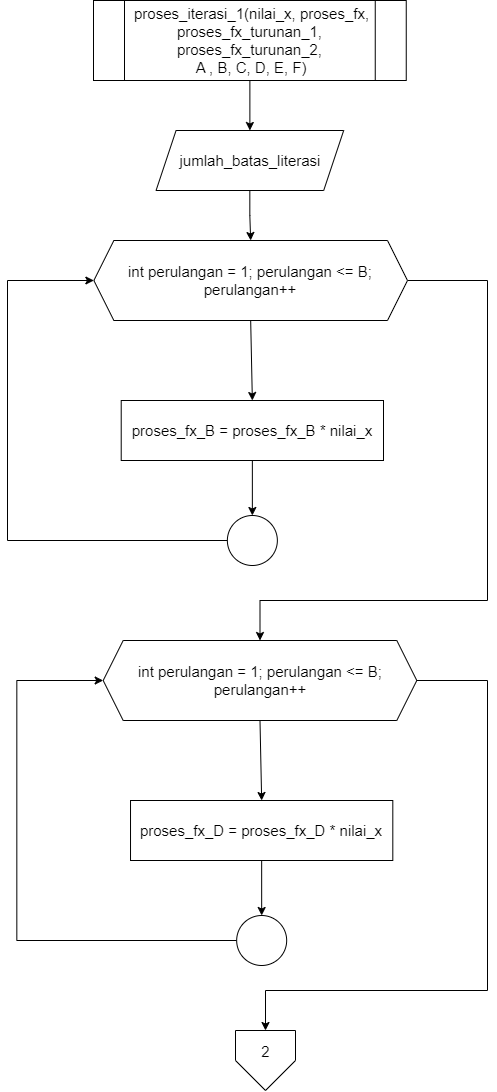
The draw.io diagram Page/page 5.png in indyadirak/algoritma-newton-raptor, before a commit. Source tidied: cells renumbered, new cells last; positions are measured from the earlier drawing's top-left corner, leaving out a move shared by most shapes.
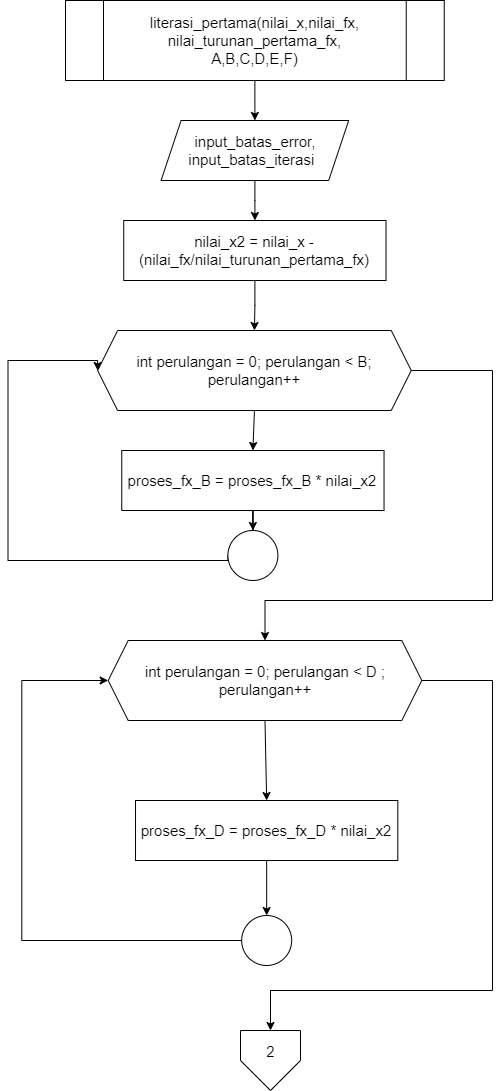
Above is the later version.

What changed in the source:
```diff
@@ -5,26 +5,26 @@
     <mxCell id="2" style="edgeStyle=orthogonalEdgeStyle;rounded=0;jettySize=auto;html=1;" parent="1" edge="1" source="3" target="5">
       <mxGeometry relative="1" as="geometry" />
     </mxCell>
-    <mxCell id="3" value="&lt;span style=&quot;font-size: 15px;&quot;&gt;&amp;nbsp;proses_iterasi_1(nilai_x, proses_fx, proses_fx_turunan_1, &lt;br&gt;proses_fx_turunan_2,&lt;br&gt;&amp;nbsp;A , B, C, D, E, F)&lt;/span&gt;" style="shape=process;whiteSpace=wrap;html=1;backgroundOutline=1;fontSize=15;" parent="1" vertex="1">
-      <mxGeometry x="86" width="312.8" height="80" as="geometry" />
+    <mxCell id="3" value="&lt;div&gt;literasi_pertama(nilai_x,nilai_fx,&lt;br style=&quot;border-color: var(--border-color);&quot;&gt;nilai_turunan_pertama_fx,&lt;br style=&quot;border-color: var(--border-color);&quot;&gt;A,B,C,D,E,F)&lt;br&gt;&lt;/div&gt;" style="shape=process;whiteSpace=wrap;html=1;backgroundOutline=1;fontSize=15;" parent="1" vertex="1">
+      <mxGeometry x="53" width="378.8" height="80" as="geometry" />
     </mxCell>
-    <mxCell id="4" style="edgeStyle=orthogonalEdgeStyle;rounded=0;jettySize=auto;html=1;" parent="1" edge="1" source="5" target="7">
+    <mxCell id="4" style="edgeStyle=orthogonalEdgeStyle;rounded=0;jettySize=auto;html=1;fontSize=15;" parent="1" edge="1" source="5" target="23">
       <mxGeometry relative="1" as="geometry" />
     </mxCell>
-    <mxCell id="5" value="&lt;span style=&quot;font-size: 15px;&quot;&gt;jumlah_batas_literasi&lt;/span&gt;" style="shape=parallelogram;perimeter=parallelogramPerimeter;whiteSpace=wrap;html=1;fixedSize=1;fontSize=15;" parent="1" vertex="1">
-      <mxGeometry x="148.6" y="130" width="187.6" height="60" as="geometry" />
+    <mxCell id="5" value="&lt;span style=&quot;font-size: 15px;&quot;&gt;input_batas_error, input_batas_iterasi&lt;span style=&quot;white-space: pre;&quot;&gt;&#9;&lt;/span&gt;&lt;/span&gt;" style="shape=parallelogram;perimeter=parallelogramPerimeter;whiteSpace=wrap;html=1;fixedSize=1;fontSize=15;" parent="1" vertex="1">
+      <mxGeometry x="148.6" y="120" width="187.6" height="60" as="geometry" />
     </mxCell>
     <mxCell id="6" style="edgeStyle=orthogonalEdgeStyle;rounded=0;jettySize=auto;html=1;exitX=1;exitY=0.5;exitDx=0;exitDy=0;entryX=0.5;entryY=0;entryDx=0;entryDy=0;fontSize=15;" parent="1" edge="1" source="7" target="14">
       <mxGeometry relative="1" as="geometry">
         <Array as="points">
-          <mxPoint x="480" y="280" />
+          <mxPoint x="480" y="370" />
           <mxPoint x="480" y="600" />
           <mxPoint x="253" y="600" />
         </Array>
       </mxGeometry>
     </mxCell>
-    <mxCell id="7" value="&lt;span style=&quot;font-size: 15px;&quot;&gt;int perulangan = 1; perulangan &amp;lt;= B; perulangan++&lt;/span&gt;" style="shape=hexagon;perimeter=hexagonPerimeter2;whiteSpace=wrap;html=1;fixedSize=1;fontSize=15;" parent="1" vertex="1">
-      <mxGeometry x="86.4" y="240" width="313.6" height="80" as="geometry" />
+    <mxCell id="7" value="&lt;span style=&quot;font-size: 15px;&quot;&gt;int perulangan = 0; perulangan &amp;lt; B; perulangan++&lt;/span&gt;" style="shape=hexagon;perimeter=hexagonPerimeter2;whiteSpace=wrap;html=1;fixedSize=1;fontSize=15;" parent="1" vertex="1">
+      <mxGeometry x="85.1" y="330" width="313.6" height="80" as="geometry" />
     </mxCell>
     <mxCell id="8" style="endArrow=classic;html=1;rounded=0;exitX=0.5;exitY=1;exitDx=0;exitDy=0;entryX=0.5;entryY=0;entryDx=0;entryDy=0;" parent="1" edge="1" source="7" target="10">
       <mxGeometry relative="1" as="geometry" />
@@ -32,19 +32,21 @@
     <mxCell id="9" style="edgeStyle=orthogonalEdgeStyle;rounded=0;jettySize=auto;html=1;exitX=0.5;exitY=1;exitDx=0;exitDy=0;fontSize=15;" parent="1" edge="1" source="10" target="12">
       <mxGeometry relative="1" as="geometry" />
     </mxCell>
-    <mxCell id="10" value="&lt;font style=&quot;font-size: 15px;&quot;&gt;proses_fx_B = proses_fx_B * nilai_x&lt;/font&gt;" style="rounded=0;whiteSpace=wrap;html=1;" parent="1" vertex="1">
-      <mxGeometry x="113.7" y="400" width="262.3" height="60" as="geometry" />
+    <mxCell id="10" value="&lt;font style=&quot;font-size: 15px;&quot;&gt;proses_fx_B = proses_fx_B * nilai_x2&lt;/font&gt;" style="rounded=0;whiteSpace=wrap;html=1;" parent="1" vertex="1">
+      <mxGeometry x="109.2" y="450" width="262.3" height="60" as="geometry" />
     </mxCell>
     <mxCell id="11" style="edgeStyle=orthogonalEdgeStyle;rounded=0;jettySize=auto;html=1;exitX=0;exitY=0.5;exitDx=0;exitDy=0;entryX=0;entryY=0.5;entryDx=0;entryDy=0;fontSize=15;" parent="1" edge="1" source="12" target="7">
       <mxGeometry relative="1" as="geometry">
         <Array as="points">
-          <mxPoint y="540" />
-          <mxPoint y="280" />
+          <mxPoint x="215.5" y="560" />
+          <mxPoint x="-4.5" y="560" />
+          <mxPoint x="-4.5" y="360" />
+          <mxPoint x="85.5" y="360" />
         </Array>
       </mxGeometry>
     </mxCell>
     <mxCell id="12" style="ellipse;whiteSpace=wrap;html=1;fontSize=15;" parent="1" vertex="1">
-      <mxGeometry x="219.9" y="515" width="50" height="50" as="geometry" />
+      <mxGeometry x="215.4" y="530" width="50" height="50" as="geometry" />
     </mxCell>
     <mxCell id="13" style="edgeStyle=orthogonalEdgeStyle;rounded=0;jettySize=auto;html=1;entryX=0.5;entryY=0;entryDx=0;entryDy=0;fontSize=15;" parent="1" edge="1" source="14" target="20">
       <mxGeometry relative="1" as="geometry">
@@ -55,7 +57,7 @@
         </Array>
       </mxGeometry>
     </mxCell>
-    <mxCell id="14" value="&lt;span style=&quot;font-size: 15px;&quot;&gt;int perulangan = 1; perulangan &amp;lt;= B; perulangan++&lt;/span&gt;" style="shape=hexagon;perimeter=hexagonPerimeter2;whiteSpace=wrap;html=1;fixedSize=1;fontSize=15;" parent="1" vertex="1">
+    <mxCell id="14" value="int perulangan = 0; perulangan &amp;lt; D ; perulangan++" style="shape=hexagon;perimeter=hexagonPerimeter2;whiteSpace=wrap;html=1;fixedSize=1;fontSize=15;" parent="1" vertex="1">
       <mxGeometry x="95.7" y="640" width="313.6" height="80" as="geometry" />
     </mxCell>
     <mxCell id="15" style="endArrow=classic;html=1;rounded=0;exitX=0.5;exitY=1;exitDx=0;exitDy=0;entryX=0.5;entryY=0;entryDx=0;entryDy=0;" parent="1" edge="1" source="14" target="17">
@@ -64,7 +66,7 @@
     <mxCell id="16" style="edgeStyle=orthogonalEdgeStyle;rounded=0;jettySize=auto;html=1;exitX=0.5;exitY=1;exitDx=0;exitDy=0;fontSize=15;" parent="1" edge="1" source="17" target="19">
       <mxGeometry relative="1" as="geometry" />
     </mxCell>
-    <mxCell id="17" value="&lt;font style=&quot;font-size: 15px;&quot;&gt;proses_fx_D = proses_fx_D * nilai_x&lt;/font&gt;" style="rounded=0;whiteSpace=wrap;html=1;" parent="1" vertex="1">
+    <mxCell id="17" value="&lt;font style=&quot;font-size: 15px;&quot;&gt;proses_fx_D = proses_fx_D * nilai_x2&lt;/font&gt;" style="rounded=0;whiteSpace=wrap;html=1;" parent="1" vertex="1">
       <mxGeometry x="123" y="800" width="262.3" height="60" as="geometry" />
     </mxCell>
     <mxCell id="18" style="edgeStyle=orthogonalEdgeStyle;rounded=0;jettySize=auto;html=1;exitX=0;exitY=0.5;exitDx=0;exitDy=0;entryX=0;entryY=0.5;entryDx=0;entryDy=0;fontSize=15;" parent="1" edge="1" source="19" target="14">
@@ -84,5 +86,11 @@
     <mxCell id="21" value="2" style="text;html=1;align=center;verticalAlign=middle;strokeColor=none;fillColor=none;fontSize=15;" parent="1" vertex="1">
       <mxGeometry x="243" y="1036" width="30" height="30" as="geometry" />
     </mxCell>
+    <mxCell id="22" style="edgeStyle=orthogonalEdgeStyle;rounded=0;jettySize=auto;html=1;entryX=0.5;entryY=0;entryDx=0;entryDy=0;fontSize=15;" parent="1" edge="1" source="23" target="7">
+      <mxGeometry relative="1" as="geometry" />
+    </mxCell>
+    <mxCell id="23" value="&lt;font style=&quot;font-size: 15px;&quot;&gt;nilai_x2 = nilai_x - (nilai_fx/nilai_turunan_pertama_fx)&lt;/font&gt;" style="rounded=0;whiteSpace=wrap;html=1;" parent="1" vertex="1">
+      <mxGeometry x="111.2" y="220" width="262.3" height="60" as="geometry" />
+    </mxCell>
   </root>
 </mxGraphModel>
```
